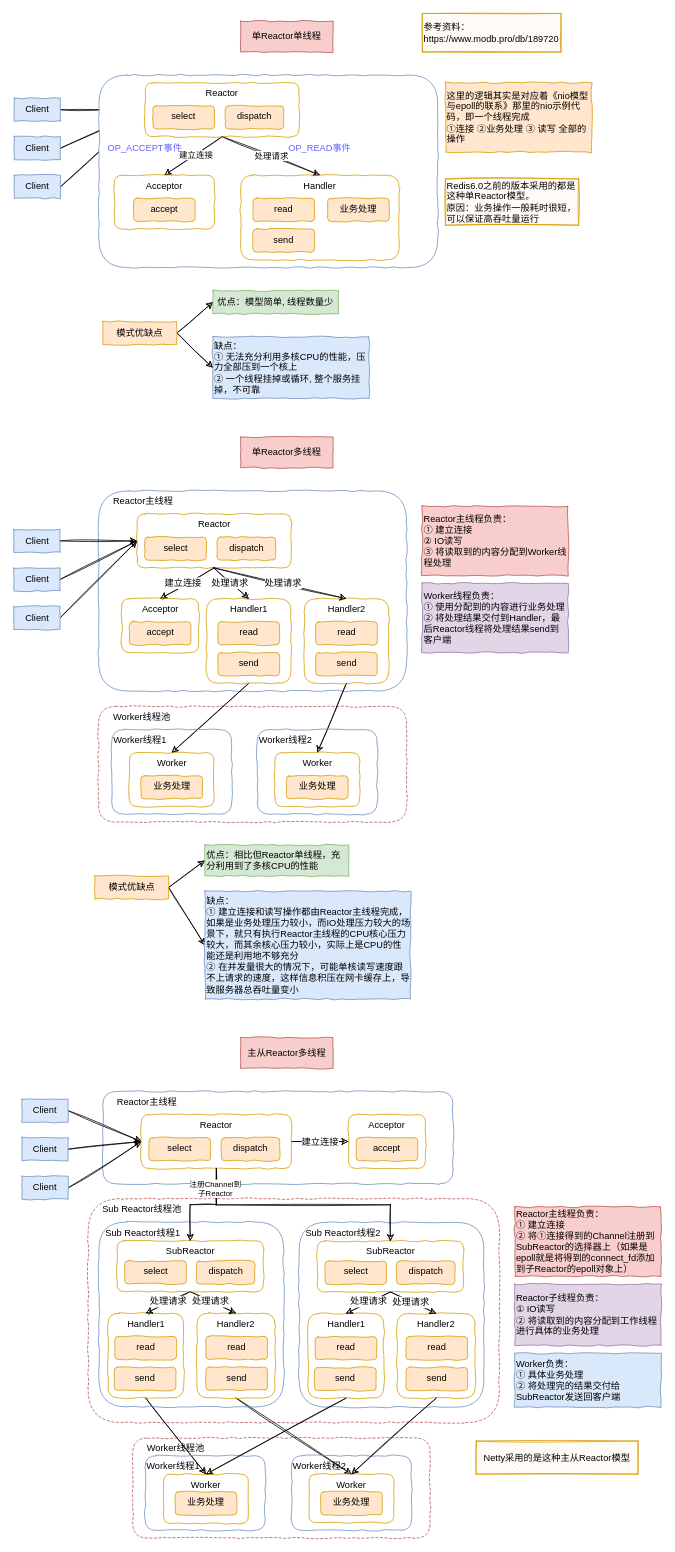
Above: 面试/nio与netty/Reactor模型总结.drawio in codeReaper2001/diagram (draw.io), before the change. Source tidied: cells renumbered, new cells numbered last; positions are measured from the earlier drawing's top-left corner, leaving out a move shared by most shapes. Both pictures are drawn from the tidied source at 77%, with x=0, y=0 at pixel (14, 13).
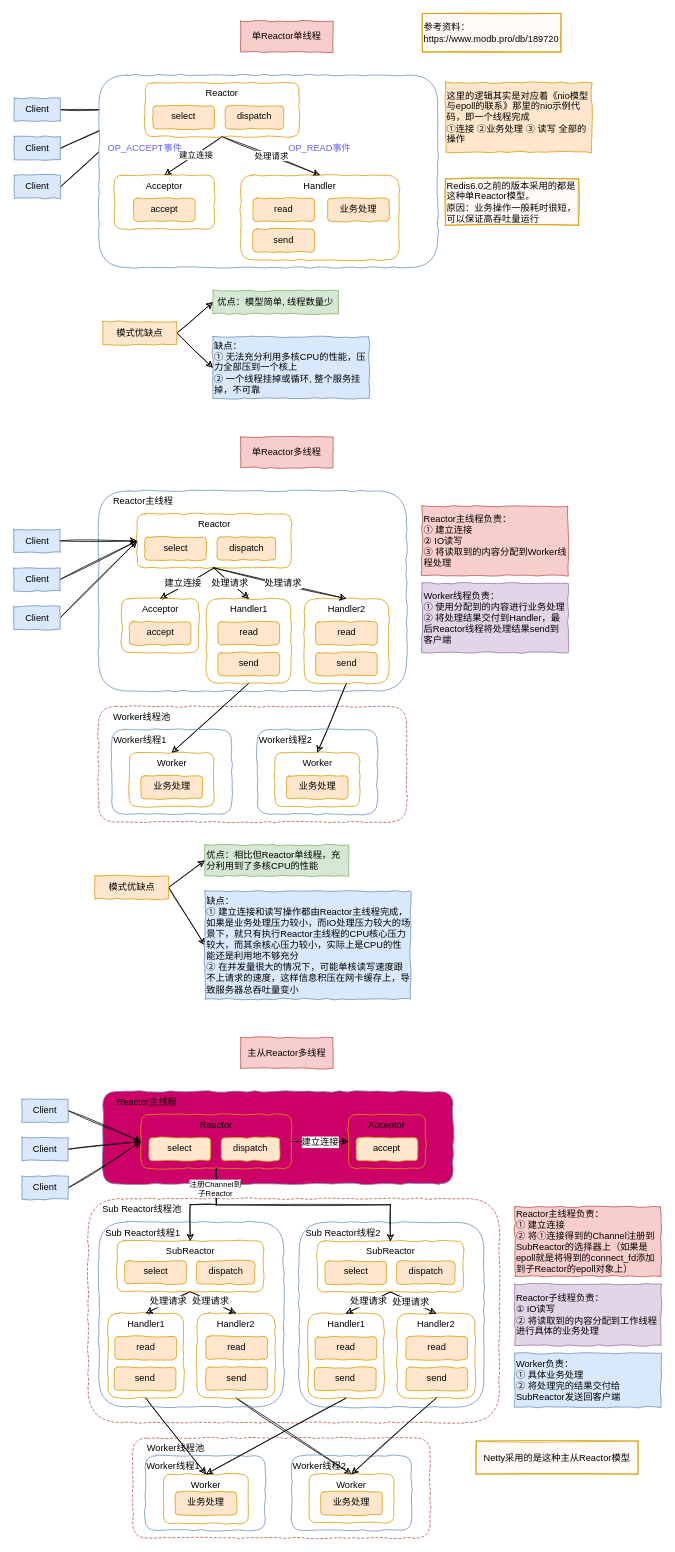
Above is the later version.

What changed in the source:
```diff
@@
-    <mxCell id="79" value="&amp;nbsp; &amp;nbsp; &amp;nbsp;Reactor主线程" style="rounded=1;whiteSpace=wrap;html=1;comic=1;fillColor=#FFFFFF;strokeColor=#6c8ebf;align=left;verticalAlign=top;" parent="1" vertex="1">
+    <mxCell id="79" value="&amp;nbsp; &amp;nbsp; &amp;nbsp;Reactor主线程" style="rounded=1;whiteSpace=wrap;html=1;comic=1;fillColor=#CC0066;strokeColor=#6c8ebf;align=left;verticalAlign=top;" parent="1" vertex="1">
       <mxGeometry x="115" y="1400" width="455" height="120" as="geometry" />
     </mxCell>
```
